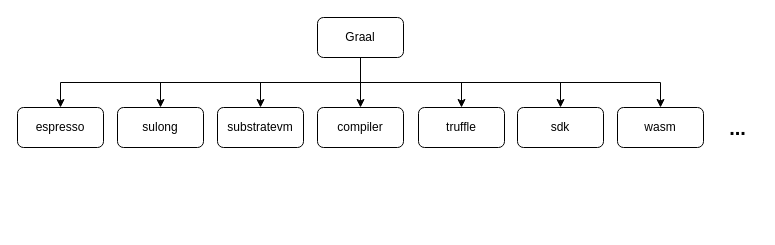
Before: GraalVM.drawio in f123888/Draw.IO, a draw.io diagram. Source tidied: cells renumbered, new cells numbered last; positions are measured from the earlier drawing's top-left corner, leaving out a move shared by most shapes. Both pictures are drawn from the tidied source at 100%, with x=0, y=0 at pixel (17, 17).
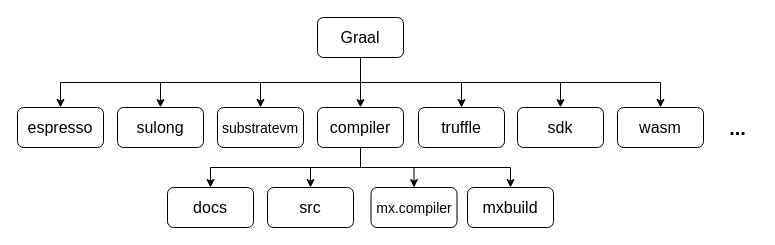
After the change.

Change to the diagram source:
```diff
@@
-    <mxCell id="9" value="Graal" style="rounded=1;whiteSpace=wrap;html=1;" parent="1" vertex="1">
+    <mxCell id="9" value="&lt;font style=&quot;font-size: 16px;&quot;&gt;Graal&lt;/font&gt;" style="rounded=1;whiteSpace=wrap;html=1;" parent="1" vertex="1">
       <mxGeometry x="300" width="86" height="40" as="geometry" />
     </mxCell>
-    <mxCell id="10" value="truffle" style="rounded=1;whiteSpace=wrap;html=1;" parent="1" vertex="1">
+    <mxCell id="10" value="truffle" style="rounded=1;whiteSpace=wrap;html=1;fontSize=16;" parent="1" vertex="1">
       <mxGeometry x="401" y="90" width="86" height="40" as="geometry" />
     </mxCell>
-    <mxCell id="11" value="sdk" style="rounded=1;whiteSpace=wrap;html=1;" parent="1" vertex="1">
+    <mxCell id="11" value="sdk" style="rounded=1;whiteSpace=wrap;html=1;fontSize=16;" parent="1" vertex="1">
       <mxGeometry x="500" y="90" width="86" height="40" as="geometry" />
     </mxCell>
+    <mxCell id="18" style="edgeStyle=orthogonalEdgeStyle;rounded=0;jettySize=auto;html=1;exitX=0.5;exitY=1;exitDx=0;exitDy=0;entryX=0.5;entryY=0;entryDx=0;entryDy=0;fontSize=16;" parent="1" edge="1" source="12" target="24">
+      <mxGeometry relative="1" as="geometry" />
+    </mxCell>
+    <mxCell id="19" style="edgeStyle=orthogonalEdgeStyle;rounded=0;jettySize=auto;html=1;exitX=0.5;exitY=1;exitDx=0;exitDy=0;entryX=0.5;entryY=0;entryDx=0;entryDy=0;fontSize=16;" parent="1" edge="1" source="12" target="22">
+      <mxGeometry relative="1" as="geometry" />
+    </mxCell>
+    <mxCell id="20" style="edgeStyle=orthogonalEdgeStyle;rounded=0;jettySize=auto;html=1;exitX=0.5;exitY=1;exitDx=0;exitDy=0;entryX=0.5;entryY=0;entryDx=0;entryDy=0;fontSize=16;" parent="1" edge="1" source="12" target="23">
+      <mxGeometry relative="1" as="geometry" />
+    </mxCell>
+    <mxCell id="21" style="edgeStyle=orthogonalEdgeStyle;rounded=0;jettySize=auto;html=1;exitX=0.5;exitY=1;exitDx=0;exitDy=0;entryX=0.5;entryY=0;entryDx=0;entryDy=0;fontSize=16;" parent="1" edge="1" source="12" target="25">
+      <mxGeometry relative="1" as="geometry" />
+    </mxCell>
-    <mxCell id="12" value="compiler" style="rounded=1;whiteSpace=wrap;html=1;" parent="1" vertex="1">
+    <mxCell id="12" value="compiler" style="rounded=1;whiteSpace=wrap;html=1;fontSize=16;" parent="1" vertex="1">
       <mxGeometry x="300" y="90" width="86" height="40" as="geometry" />
     </mxCell>
-    <mxCell id="13" value="substratevm" style="rounded=1;whiteSpace=wrap;html=1;" parent="1" vertex="1">
+    <mxCell id="13" value="&lt;font style=&quot;font-size: 14px;&quot;&gt;substratevm&lt;/font&gt;" style="rounded=1;whiteSpace=wrap;html=1;fontSize=16;" parent="1" vertex="1">
       <mxGeometry x="200" y="90" width="86" height="40" as="geometry" />
     </mxCell>
-    <mxCell id="14" value="sulong" style="rounded=1;whiteSpace=wrap;html=1;" parent="1" vertex="1">
+    <mxCell id="14" value="sulong" style="rounded=1;whiteSpace=wrap;html=1;fontSize=16;" parent="1" vertex="1">
       <mxGeometry x="100" y="90" width="86" height="40" as="geometry" />
     </mxCell>
-    <mxCell id="15" value="wasm" style="rounded=1;whiteSpace=wrap;html=1;" parent="1" vertex="1">
+    <mxCell id="15" value="wasm" style="rounded=1;whiteSpace=wrap;html=1;fontSize=16;" parent="1" vertex="1">
       <mxGeometry x="600" y="90" width="86" height="40" as="geometry" />
     </mxCell>
-    <mxCell id="16" value="&lt;span style=&quot;text-align: left;&quot;&gt;espresso&lt;/span&gt;" style="rounded=1;whiteSpace=wrap;html=1;" parent="1" vertex="1">
+    <mxCell id="16" value="&lt;span style=&quot;text-align: left;&quot;&gt;espresso&lt;/span&gt;" style="rounded=1;whiteSpace=wrap;html=1;fontSize=16;" parent="1" vertex="1">
       <mxGeometry y="90" width="86" height="40" as="geometry" />
     </mxCell>
@@
+    <mxCell id="22" value="src" style="rounded=1;whiteSpace=wrap;html=1;fontSize=16;" parent="1" vertex="1">
+      <mxGeometry x="250" y="170" width="86" height="40" as="geometry" />
+    </mxCell>
+    <mxCell id="23" value="&lt;font style=&quot;font-size: 14px;&quot;&gt;mx.compiler&lt;/font&gt;" style="rounded=1;whiteSpace=wrap;html=1;fontSize=16;" parent="1" vertex="1">
+      <mxGeometry x="353.5" y="170" width="86" height="40" as="geometry" />
+    </mxCell>
+    <mxCell id="24" value="docs" style="rounded=1;whiteSpace=wrap;html=1;fontSize=16;" parent="1" vertex="1">
+      <mxGeometry x="150" y="170" width="86" height="40" as="geometry" />
+    </mxCell>
+    <mxCell id="25" value="mxbuild" style="rounded=1;whiteSpace=wrap;html=1;fontSize=16;" parent="1" vertex="1">
+      <mxGeometry x="450" y="170" width="86" height="40" as="geometry" />
+    </mxCell>
```
